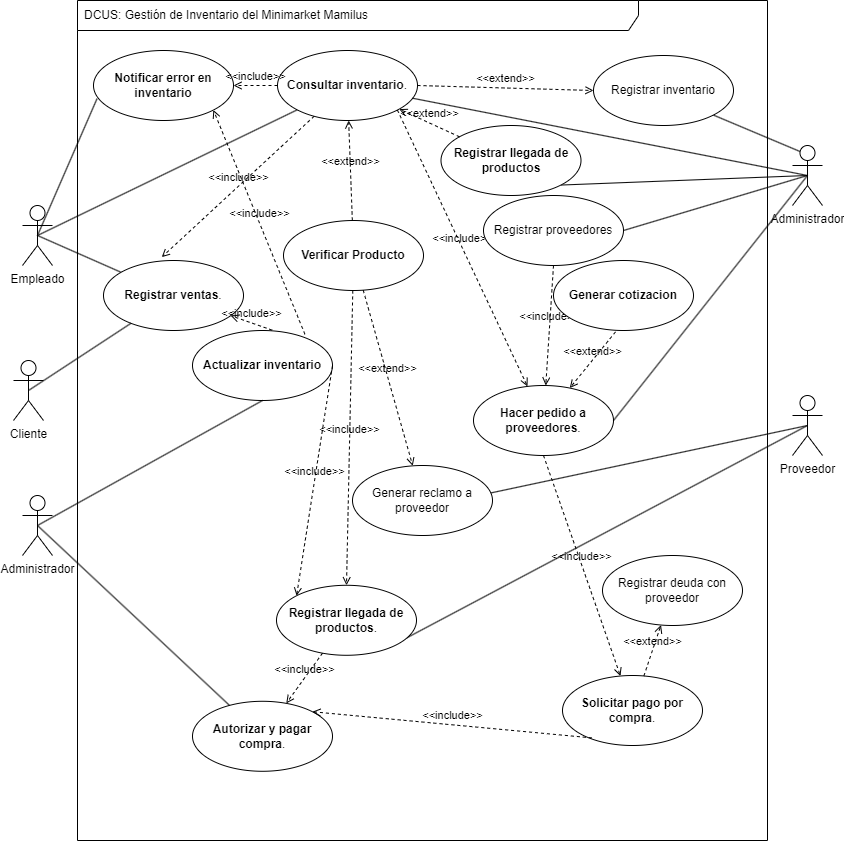
Before: public/diagramas/diagrama_casos_uso_sistemas.png, a diagram exported from draw.io (as7haro7/sistema-de-gestion-de-almacen). Source tidied: cells renumbered, new cells last; positions are measured from the earlier drawing's top-left corner, leaving out a move shared by most shapes. The source it was exported from:
```xml
<mxGraphModel>
  <root>
    <mxCell id="0" />
    <mxCell id="1" parent="0" />
    <mxCell id="2" value="DCUS: Gestión de Inventario del Minimarket Mamilus" style="shape=umlFrame;whiteSpace=wrap;html=1;width=561;height=30;boundedLbl=1;verticalAlign=middle;align=left;spacingLeft=5;" parent="1" vertex="1">
      <mxGeometry x="64" width="690" height="840" as="geometry" />
    </mxCell>
    <mxCell id="3" style="edgeStyle=none;html=1;exitX=0.5;exitY=0.5;exitDx=0;exitDy=0;exitPerimeter=0;endArrow=none;endFill=0;" parent="1" edge="1" source="6" target="10">
      <mxGeometry relative="1" as="geometry" />
    </mxCell>
    <mxCell id="4" style="edgeStyle=none;html=1;exitX=0.5;exitY=0.5;exitDx=0;exitDy=0;exitPerimeter=0;endArrow=none;endFill=0;" parent="1" edge="1" source="6" target="11">
      <mxGeometry relative="1" as="geometry" />
    </mxCell>
    <mxCell id="5" style="edgeStyle=none;html=1;exitX=0.5;exitY=0.5;exitDx=0;exitDy=0;exitPerimeter=0;entryX=0.025;entryY=0.689;entryDx=0;entryDy=0;entryPerimeter=0;endArrow=none;endFill=0;" parent="1" edge="1" source="6" target="50">
      <mxGeometry relative="1" as="geometry" />
    </mxCell>
    <mxCell id="6" value="Empleado" style="shape=umlActor;verticalLabelPosition=bottom;verticalAlign=top;html=1;" parent="1" vertex="1">
      <mxGeometry x="9" y="205" width="30" height="60" as="geometry" />
    </mxCell>
    <mxCell id="7" style="edgeStyle=none;html=1;exitX=0.5;exitY=0.5;exitDx=0;exitDy=0;exitPerimeter=0;entryX=0.802;entryY=0.887;entryDx=0;entryDy=0;entryPerimeter=0;endArrow=none;endFill=0;" parent="1" edge="1" source="9" target="14">
      <mxGeometry relative="1" as="geometry" />
    </mxCell>
    <mxCell id="8" style="edgeStyle=none;html=1;exitX=0.5;exitY=0.5;exitDx=0;exitDy=0;exitPerimeter=0;entryX=0.981;entryY=0.395;entryDx=0;entryDy=0;entryPerimeter=0;endArrow=none;endFill=0;" parent="1" edge="1" source="9" target="12">
      <mxGeometry relative="1" as="geometry" />
    </mxCell>
    <mxCell id="9" value="Proveedor" style="shape=umlActor;verticalLabelPosition=bottom;verticalAlign=top;html=1;" parent="1" vertex="1">
      <mxGeometry x="779" y="395" width="30" height="60" as="geometry" />
    </mxCell>
    <mxCell id="10" value="&lt;strong&gt;Consultar inventario&lt;/strong&gt;." style="ellipse;whiteSpace=wrap;html=1;" parent="1" vertex="1">
      <mxGeometry x="264" y="50" width="140" height="70" as="geometry" />
    </mxCell>
    <mxCell id="11" value="&lt;strong&gt;Registrar ventas&lt;/strong&gt;." style="ellipse;whiteSpace=wrap;html=1;" parent="1" vertex="1">
      <mxGeometry x="90" y="260" width="140" height="70" as="geometry" />
    </mxCell>
    <mxCell id="12" value="Generar reclamo a proveedor" style="ellipse;whiteSpace=wrap;html=1;" parent="1" vertex="1">
      <mxGeometry x="339" y="465" width="140" height="70" as="geometry" />
    </mxCell>
    <mxCell id="13" value="&lt;strong&gt;Solicitar pago por compra&lt;/strong&gt;." style="ellipse;whiteSpace=wrap;html=1;" parent="1" vertex="1">
      <mxGeometry x="549" y="675" width="140" height="70" as="geometry" />
    </mxCell>
    <mxCell id="14" value="&lt;strong&gt;Registrar llegada de productos&lt;/strong&gt;." style="ellipse;whiteSpace=wrap;html=1;" parent="1" vertex="1">
      <mxGeometry x="263" y="584.8" width="140" height="70" as="geometry" />
    </mxCell>
    <mxCell id="15" value="&lt;strong&gt;Hacer pedido a proveedores&lt;/strong&gt;." style="ellipse;whiteSpace=wrap;html=1;" parent="1" vertex="1">
      <mxGeometry x="460" y="385" width="140" height="70" as="geometry" />
    </mxCell>
    <mxCell id="16" value="&lt;strong&gt;Autorizar y pagar compra&lt;/strong&gt;." style="ellipse;whiteSpace=wrap;html=1;" parent="1" vertex="1">
      <mxGeometry x="179" y="700.8" width="140" height="70" as="geometry" />
    </mxCell>
    <mxCell id="17" style="edgeStyle=none;html=1;exitX=0.5;exitY=0.5;exitDx=0;exitDy=0;exitPerimeter=0;endArrow=none;endFill=0;entryX=1;entryY=0.5;entryDx=0;entryDy=0;" parent="1" edge="1" source="22" target="15">
      <mxGeometry relative="1" as="geometry" />
    </mxCell>
    <mxCell id="18" style="edgeStyle=none;html=1;exitX=0.5;exitY=0.5;exitDx=0;exitDy=0;exitPerimeter=0;endArrow=none;endFill=0;entryX=1;entryY=1;entryDx=0;entryDy=0;" parent="1" edge="1" source="22" target="24">
      <mxGeometry relative="1" as="geometry" />
    </mxCell>
    <mxCell id="19" style="edgeStyle=none;html=1;exitX=0.5;exitY=0.5;exitDx=0;exitDy=0;exitPerimeter=0;endArrow=none;endFill=0;" parent="1" edge="1" source="22" target="10">
      <mxGeometry relative="1" as="geometry" />
    </mxCell>
    <mxCell id="20" style="edgeStyle=none;html=1;exitX=0.5;exitY=0.5;exitDx=0;exitDy=0;exitPerimeter=0;entryX=1;entryY=0.5;entryDx=0;entryDy=0;endArrow=none;endFill=0;" parent="1" edge="1" source="22" target="31">
      <mxGeometry relative="1" as="geometry" />
    </mxCell>
    <mxCell id="21" style="edgeStyle=none;html=1;exitX=0.25;exitY=0.1;exitDx=0;exitDy=0;exitPerimeter=0;entryX=1;entryY=1;entryDx=0;entryDy=0;endArrow=none;endFill=0;" parent="1" edge="1" source="22" target="48">
      <mxGeometry relative="1" as="geometry" />
    </mxCell>
    <mxCell id="22" value="Administrador" style="shape=umlActor;verticalLabelPosition=bottom;verticalAlign=top;html=1;" parent="1" vertex="1">
      <mxGeometry x="779" y="145" width="30" height="60" as="geometry" />
    </mxCell>
    <mxCell id="23" value="&lt;b&gt;Verificar Producto&lt;/b&gt;" style="ellipse;whiteSpace=wrap;html=1;" parent="1" vertex="1">
      <mxGeometry x="270" y="220" width="140" height="70" as="geometry" />
    </mxCell>
    <mxCell id="24" value="&lt;strong&gt;Registrar llegada de productos&lt;/strong&gt;" style="ellipse;whiteSpace=wrap;html=1;" parent="1" vertex="1">
      <mxGeometry x="427.5" y="125" width="140" height="70" as="geometry" />
    </mxCell>
    <mxCell id="25" value="&amp;lt;&amp;lt;extend&amp;gt;&amp;gt;" style="html=1;verticalAlign=bottom;labelBackgroundColor=none;endArrow=open;endFill=0;dashed=1;" parent="1" edge="1" source="23" target="10">
      <mxGeometry relative="1" as="geometry" />
    </mxCell>
    <mxCell id="26" value="&amp;lt;&amp;lt;extend&amp;gt;&amp;gt;" style="html=1;verticalAlign=bottom;labelBackgroundColor=none;endArrow=open;endFill=0;dashed=1;" parent="1" edge="1" source="24" target="10">
      <mxGeometry relative="1" as="geometry" />
    </mxCell>
    <mxCell id="27" value="&amp;lt;&amp;lt;include&amp;gt;&amp;gt;" style="html=1;verticalAlign=bottom;labelBackgroundColor=none;endArrow=open;endFill=0;dashed=1;entryX=0.416;entryY=-0.048;entryDx=0;entryDy=0;entryPerimeter=0;" parent="1" edge="1" source="10" target="11">
      <mxGeometry relative="1" as="geometry" />
    </mxCell>
    <mxCell id="28" value="&lt;strong&gt;Actualizar inventario&lt;/strong&gt;" style="ellipse;whiteSpace=wrap;html=1;" parent="1" vertex="1">
      <mxGeometry x="179" y="330" width="140" height="70" as="geometry" />
    </mxCell>
    <mxCell id="29" value="&amp;lt;&amp;lt;include&amp;gt;&amp;gt;" style="html=1;verticalAlign=bottom;labelBackgroundColor=none;endArrow=open;endFill=0;dashed=1;exitX=0.569;exitY=-0.005;exitDx=0;exitDy=0;exitPerimeter=0;" parent="1" edge="1" source="28" target="11">
      <mxGeometry relative="1" as="geometry" />
    </mxCell>
    <mxCell id="30" value="&amp;lt;&amp;lt;include&amp;gt;&amp;gt;" style="html=1;verticalAlign=bottom;labelBackgroundColor=none;endArrow=open;endFill=0;dashed=1;exitX=1;exitY=1;exitDx=0;exitDy=0;" parent="1" edge="1" source="10" target="15">
      <mxGeometry relative="1" as="geometry" />
    </mxCell>
    <mxCell id="31" value="Registrar proveedores" style="ellipse;whiteSpace=wrap;html=1;" parent="1" vertex="1">
      <mxGeometry x="470" y="195" width="140" height="70" as="geometry" />
    </mxCell>
    <mxCell id="32" value="&amp;lt;&amp;lt;include&amp;gt;&amp;gt;" style="html=1;verticalAlign=bottom;labelBackgroundColor=none;endArrow=open;endFill=0;dashed=1;exitX=0.5;exitY=1;exitDx=0;exitDy=0;" parent="1" edge="1" source="31" target="15">
      <mxGeometry relative="1" as="geometry" />
    </mxCell>
    <mxCell id="33" value="&lt;b&gt;Generar cotizacion&lt;/b&gt;" style="ellipse;whiteSpace=wrap;html=1;" parent="1" vertex="1">
      <mxGeometry x="540" y="260" width="140" height="70" as="geometry" />
    </mxCell>
    <mxCell id="34" value="&amp;lt;&amp;lt;extend&amp;gt;&amp;gt;" style="html=1;verticalAlign=bottom;labelBackgroundColor=none;endArrow=open;endFill=0;dashed=1;exitX=0.443;exitY=1.02;exitDx=0;exitDy=0;exitPerimeter=0;" parent="1" edge="1" source="33" target="15">
      <mxGeometry relative="1" as="geometry" />
    </mxCell>
    <mxCell id="35" value="&amp;lt;&amp;lt;include&amp;gt;&amp;gt;" style="html=1;verticalAlign=bottom;labelBackgroundColor=none;endArrow=open;endFill=0;dashed=1;entryX=0.5;entryY=0;entryDx=0;entryDy=0;" parent="1" edge="1" source="23" target="14">
      <mxGeometry relative="1" as="geometry" />
    </mxCell>
    <mxCell id="36" value="&amp;lt;&amp;lt;include&amp;gt;&amp;gt;" style="html=1;verticalAlign=bottom;labelBackgroundColor=none;endArrow=open;endFill=0;dashed=1;entryX=0;entryY=0;entryDx=0;entryDy=0;exitX=1;exitY=0.5;exitDx=0;exitDy=0;" parent="1" edge="1" source="28" target="14">
      <mxGeometry relative="1" as="geometry" />
    </mxCell>
    <mxCell id="37" value="&amp;lt;&amp;lt;include&amp;gt;&amp;gt;" style="html=1;verticalAlign=bottom;labelBackgroundColor=none;endArrow=open;endFill=0;dashed=1;exitX=0.5;exitY=1;exitDx=0;exitDy=0;" parent="1" edge="1" source="15" target="13">
      <mxGeometry relative="1" as="geometry" />
    </mxCell>
    <mxCell id="38" value="&amp;lt;&amp;lt;extend&amp;gt;&amp;gt;" style="html=1;verticalAlign=bottom;labelBackgroundColor=none;endArrow=open;endFill=0;dashed=1;" parent="1" edge="1" source="13" target="39">
      <mxGeometry relative="1" as="geometry" />
    </mxCell>
    <mxCell id="39" value="Registrar deuda con proveedor" style="ellipse;whiteSpace=wrap;html=1;" parent="1" vertex="1">
      <mxGeometry x="589" y="555" width="140" height="70" as="geometry" />
    </mxCell>
    <mxCell id="40" value="&amp;lt;&amp;lt;include&amp;gt;&amp;gt;" style="html=1;verticalAlign=bottom;labelBackgroundColor=none;endArrow=open;endFill=0;dashed=1;exitX=0.209;exitY=0.891;exitDx=0;exitDy=0;exitPerimeter=0;entryX=1;entryY=0;entryDx=0;entryDy=0;" parent="1" edge="1" source="13" target="16">
      <mxGeometry relative="1" as="geometry" />
    </mxCell>
    <mxCell id="41" value="&amp;lt;&amp;lt;include&amp;gt;&amp;gt;" style="html=1;verticalAlign=bottom;labelBackgroundColor=none;endArrow=open;endFill=0;dashed=1;" parent="1" edge="1" source="14" target="16">
      <mxGeometry relative="1" as="geometry" />
    </mxCell>
    <mxCell id="42" value="&amp;lt;&amp;lt;extend&amp;gt;&amp;gt;" style="html=1;verticalAlign=bottom;labelBackgroundColor=none;endArrow=open;endFill=0;dashed=1;" parent="1" edge="1" source="23" target="12">
      <mxGeometry relative="1" as="geometry" />
    </mxCell>
    <mxCell id="43" style="edgeStyle=none;html=1;exitX=0.5;exitY=0.5;exitDx=0;exitDy=0;exitPerimeter=0;entryX=0.5;entryY=1;entryDx=0;entryDy=0;endArrow=none;endFill=0;" parent="1" edge="1" source="45" target="28">
      <mxGeometry relative="1" as="geometry" />
    </mxCell>
    <mxCell id="44" style="edgeStyle=none;html=1;exitX=0.5;exitY=0.5;exitDx=0;exitDy=0;exitPerimeter=0;endArrow=none;endFill=0;" parent="1" edge="1" source="45" target="16">
      <mxGeometry relative="1" as="geometry" />
    </mxCell>
    <mxCell id="45" value="Administrador" style="shape=umlActor;verticalLabelPosition=bottom;verticalAlign=top;html=1;" parent="1" vertex="1">
      <mxGeometry x="9" y="495" width="30" height="60" as="geometry" />
    </mxCell>
    <mxCell id="46" style="edgeStyle=none;html=1;exitX=0.5;exitY=0.5;exitDx=0;exitDy=0;exitPerimeter=0;endArrow=none;endFill=0;" parent="1" edge="1" source="47" target="11">
      <mxGeometry relative="1" as="geometry" />
    </mxCell>
    <mxCell id="47" value="Cliente" style="shape=umlActor;verticalLabelPosition=bottom;verticalAlign=top;html=1;" parent="1" vertex="1">
      <mxGeometry y="360" width="30" height="60" as="geometry" />
    </mxCell>
    <mxCell id="48" value="Registrar inventario" style="ellipse;whiteSpace=wrap;html=1;" parent="1" vertex="1">
      <mxGeometry x="580" y="55" width="140" height="70" as="geometry" />
    </mxCell>
    <mxCell id="49" value="&amp;lt;&amp;lt;extend&amp;gt;&amp;gt;" style="html=1;verticalAlign=bottom;labelBackgroundColor=none;endArrow=open;endFill=0;dashed=1;entryX=0;entryY=0.5;entryDx=0;entryDy=0;exitX=1;exitY=0.5;exitDx=0;exitDy=0;" parent="1" edge="1" source="10" target="48">
      <mxGeometry relative="1" as="geometry" />
    </mxCell>
    <mxCell id="50" value="&lt;strong&gt;Notificar error en inventario&lt;/strong&gt;" style="ellipse;whiteSpace=wrap;html=1;" parent="1" vertex="1">
      <mxGeometry x="80" y="50" width="140" height="70" as="geometry" />
    </mxCell>
    <mxCell id="51" value="&amp;lt;&amp;lt;include&amp;gt;&amp;gt;" style="html=1;verticalAlign=bottom;labelBackgroundColor=none;endArrow=open;endFill=0;dashed=1;entryX=1;entryY=0.5;entryDx=0;entryDy=0;exitX=0;exitY=0.5;exitDx=0;exitDy=0;" parent="1" edge="1" source="10" target="50">
      <mxGeometry relative="1" as="geometry" />
    </mxCell>
    <mxCell id="52" value="&amp;lt;&amp;lt;include&amp;gt;&amp;gt;" style="html=1;verticalAlign=bottom;labelBackgroundColor=none;endArrow=open;endFill=0;dashed=1;entryX=1;entryY=1;entryDx=0;entryDy=0;exitX=0.803;exitY=0.054;exitDx=0;exitDy=0;exitPerimeter=0;" parent="1" edge="1" source="28" target="50">
      <mxGeometry relative="1" as="geometry" />
    </mxCell>
  </root>
</mxGraphModel>
```
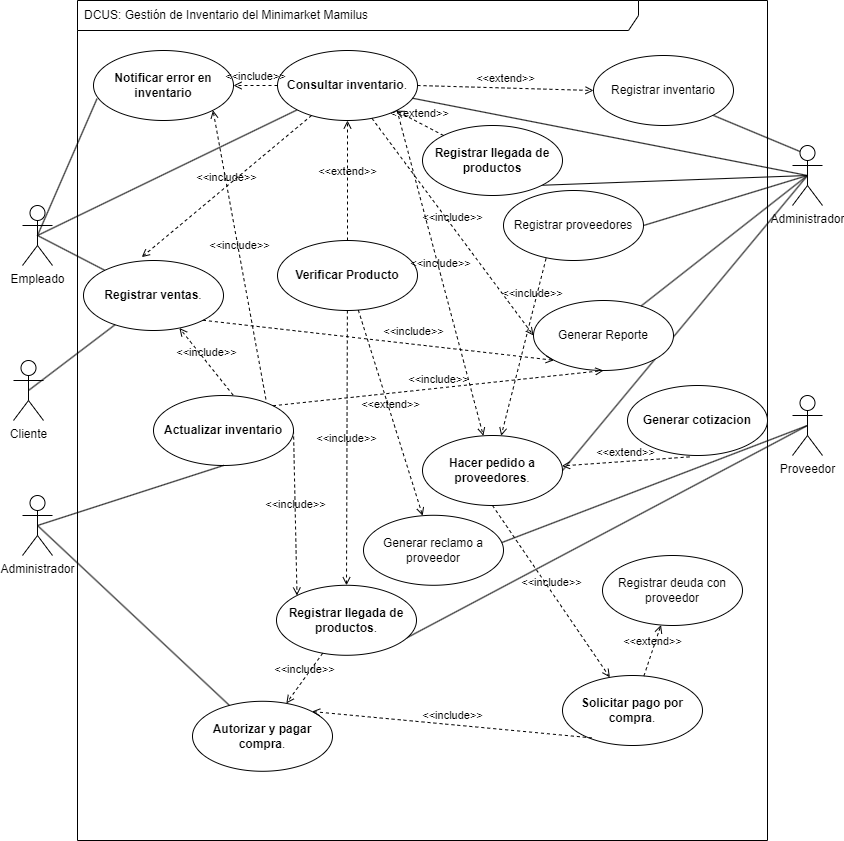
The same diagram one commit later.

Commit message:
actualizacion de diagramas v2

The edit, as a diff of the source:
```diff
@@ -30,10 +30,10 @@
       <mxGeometry x="264" y="50" width="140" height="70" as="geometry" />
     </mxCell>
     <mxCell id="11" value="&lt;strong&gt;Registrar ventas&lt;/strong&gt;." style="ellipse;whiteSpace=wrap;html=1;" parent="1" vertex="1">
-      <mxGeometry x="90" y="260" width="140" height="70" as="geometry" />
+      <mxGeometry x="70" y="260" width="140" height="70" as="geometry" />
     </mxCell>
     <mxCell id="12" value="Generar reclamo a proveedor" style="ellipse;whiteSpace=wrap;html=1;" parent="1" vertex="1">
-      <mxGeometry x="339" y="465" width="140" height="70" as="geometry" />
+      <mxGeometry x="350" y="514.8" width="140" height="70" as="geometry" />
     </mxCell>
     <mxCell id="13" value="&lt;strong&gt;Solicitar pago por compra&lt;/strong&gt;." style="ellipse;whiteSpace=wrap;html=1;" parent="1" vertex="1">
       <mxGeometry x="549" y="675" width="140" height="70" as="geometry" />
@@ -42,7 +42,7 @@
       <mxGeometry x="263" y="584.8" width="140" height="70" as="geometry" />
     </mxCell>
     <mxCell id="15" value="&lt;strong&gt;Hacer pedido a proveedores&lt;/strong&gt;." style="ellipse;whiteSpace=wrap;html=1;" parent="1" vertex="1">
-      <mxGeometry x="460" y="385" width="140" height="70" as="geometry" />
+      <mxGeometry x="409" y="435" width="140" height="70" as="geometry" />
     </mxCell>
     <mxCell id="16" value="&lt;strong&gt;Autorizar y pagar compra&lt;/strong&gt;." style="ellipse;whiteSpace=wrap;html=1;" parent="1" vertex="1">
       <mxGeometry x="179" y="700.8" width="140" height="70" as="geometry" />
@@ -66,10 +66,10 @@
       <mxGeometry x="779" y="145" width="30" height="60" as="geometry" />
     </mxCell>
     <mxCell id="23" value="&lt;b&gt;Verificar Producto&lt;/b&gt;" style="ellipse;whiteSpace=wrap;html=1;" parent="1" vertex="1">
-      <mxGeometry x="270" y="220" width="140" height="70" as="geometry" />
+      <mxGeometry x="264" y="240" width="140" height="70" as="geometry" />
     </mxCell>
     <mxCell id="24" value="&lt;strong&gt;Registrar llegada de productos&lt;/strong&gt;" style="ellipse;whiteSpace=wrap;html=1;" parent="1" vertex="1">
-      <mxGeometry x="427.5" y="125" width="140" height="70" as="geometry" />
+      <mxGeometry x="409" y="125" width="140" height="70" as="geometry" />
     </mxCell>
     <mxCell id="25" value="&amp;lt;&amp;lt;extend&amp;gt;&amp;gt;" style="html=1;verticalAlign=bottom;labelBackgroundColor=none;endArrow=open;endFill=0;dashed=1;" parent="1" edge="1" source="23" target="10">
       <mxGeometry relative="1" as="geometry" />
@@ -81,7 +81,7 @@
       <mxGeometry relative="1" as="geometry" />
     </mxCell>
     <mxCell id="28" value="&lt;strong&gt;Actualizar inventario&lt;/strong&gt;" style="ellipse;whiteSpace=wrap;html=1;" parent="1" vertex="1">
-      <mxGeometry x="179" y="330" width="140" height="70" as="geometry" />
+      <mxGeometry x="140" y="395" width="140" height="70" as="geometry" />
     </mxCell>
     <mxCell id="29" value="&amp;lt;&amp;lt;include&amp;gt;&amp;gt;" style="html=1;verticalAlign=bottom;labelBackgroundColor=none;endArrow=open;endFill=0;dashed=1;exitX=0.569;exitY=-0.005;exitDx=0;exitDy=0;exitPerimeter=0;" parent="1" edge="1" source="28" target="11">
       <mxGeometry relative="1" as="geometry" />
@@ -90,13 +90,13 @@
       <mxGeometry relative="1" as="geometry" />
     </mxCell>
     <mxCell id="31" value="Registrar proveedores" style="ellipse;whiteSpace=wrap;html=1;" parent="1" vertex="1">
-      <mxGeometry x="470" y="195" width="140" height="70" as="geometry" />
+      <mxGeometry x="490" y="190" width="140" height="70" as="geometry" />
     </mxCell>
-    <mxCell id="32" value="&amp;lt;&amp;lt;include&amp;gt;&amp;gt;" style="html=1;verticalAlign=bottom;labelBackgroundColor=none;endArrow=open;endFill=0;dashed=1;exitX=0.5;exitY=1;exitDx=0;exitDy=0;" parent="1" edge="1" source="31" target="15">
-      <mxGeometry relative="1" as="geometry" />
+    <mxCell id="32" value="&amp;lt;&amp;lt;include&amp;gt;&amp;gt;" style="html=1;verticalAlign=bottom;labelBackgroundColor=none;endArrow=open;endFill=0;dashed=1;exitX=0.304;exitY=0.971;exitDx=0;exitDy=0;exitPerimeter=0;" parent="1" edge="1" source="31" target="15">
+      <mxGeometry x="-0.5" y="-2" relative="1" as="geometry" />
     </mxCell>
     <mxCell id="33" value="&lt;b&gt;Generar cotizacion&lt;/b&gt;" style="ellipse;whiteSpace=wrap;html=1;" parent="1" vertex="1">
-      <mxGeometry x="540" y="260" width="140" height="70" as="geometry" />
+      <mxGeometry x="614" y="385" width="140" height="70" as="geometry" />
     </mxCell>
     <mxCell id="34" value="&amp;lt;&amp;lt;extend&amp;gt;&amp;gt;" style="html=1;verticalAlign=bottom;labelBackgroundColor=none;endArrow=open;endFill=0;dashed=1;exitX=0.443;exitY=1.02;exitDx=0;exitDy=0;exitPerimeter=0;" parent="1" edge="1" source="33" target="15">
       <mxGeometry relative="1" as="geometry" />
@@ -155,5 +155,20 @@
     <mxCell id="52" value="&amp;lt;&amp;lt;include&amp;gt;&amp;gt;" style="html=1;verticalAlign=bottom;labelBackgroundColor=none;endArrow=open;endFill=0;dashed=1;entryX=1;entryY=1;entryDx=0;entryDy=0;exitX=0.803;exitY=0.054;exitDx=0;exitDy=0;exitPerimeter=0;" parent="1" edge="1" source="28" target="50">
       <mxGeometry relative="1" as="geometry" />
     </mxCell>
+    <mxCell id="53" value="Generar Reporte" style="ellipse;whiteSpace=wrap;html=1;" parent="1" vertex="1">
+      <mxGeometry x="520" y="300" width="140" height="70" as="geometry" />
+    </mxCell>
+    <mxCell id="54" style="endArrow=none;html=1;exitX=0.5;exitY=0.5;exitDx=0;exitDy=0;exitPerimeter=0;" parent="1" edge="1" source="22" target="53">
+      <mxGeometry relative="1" as="geometry" />
+    </mxCell>
+    <mxCell id="55" value="&amp;lt;&amp;lt;include&amp;gt;&amp;gt;" style="html=1;verticalAlign=bottom;labelBackgroundColor=none;endArrow=open;endFill=0;dashed=1;entryX=0;entryY=0.5;entryDx=0;entryDy=0;" parent="1" edge="1" source="10" target="53">
+      <mxGeometry relative="1" as="geometry" />
+    </mxCell>
+    <mxCell id="56" value="&amp;lt;&amp;lt;include&amp;gt;&amp;gt;" style="html=1;verticalAlign=bottom;labelBackgroundColor=none;endArrow=open;endFill=0;dashed=1;entryX=0;entryY=1;entryDx=0;entryDy=0;exitX=1;exitY=1;exitDx=0;exitDy=0;" parent="1" edge="1" source="11" target="53">
+      <mxGeometry x="0.2" y="4" relative="1" as="geometry" />
+    </mxCell>
+    <mxCell id="57" value="&amp;lt;&amp;lt;include&amp;gt;&amp;gt;" style="html=1;verticalAlign=bottom;labelBackgroundColor=none;endArrow=open;endFill=0;dashed=1;entryX=0.5;entryY=1;entryDx=0;entryDy=0;exitX=1;exitY=0;exitDx=0;exitDy=0;" parent="1" edge="1" source="28" target="53">
+      <mxGeometry relative="1" as="geometry" />
+    </mxCell>
   </root>
 </mxGraphModel>
```
